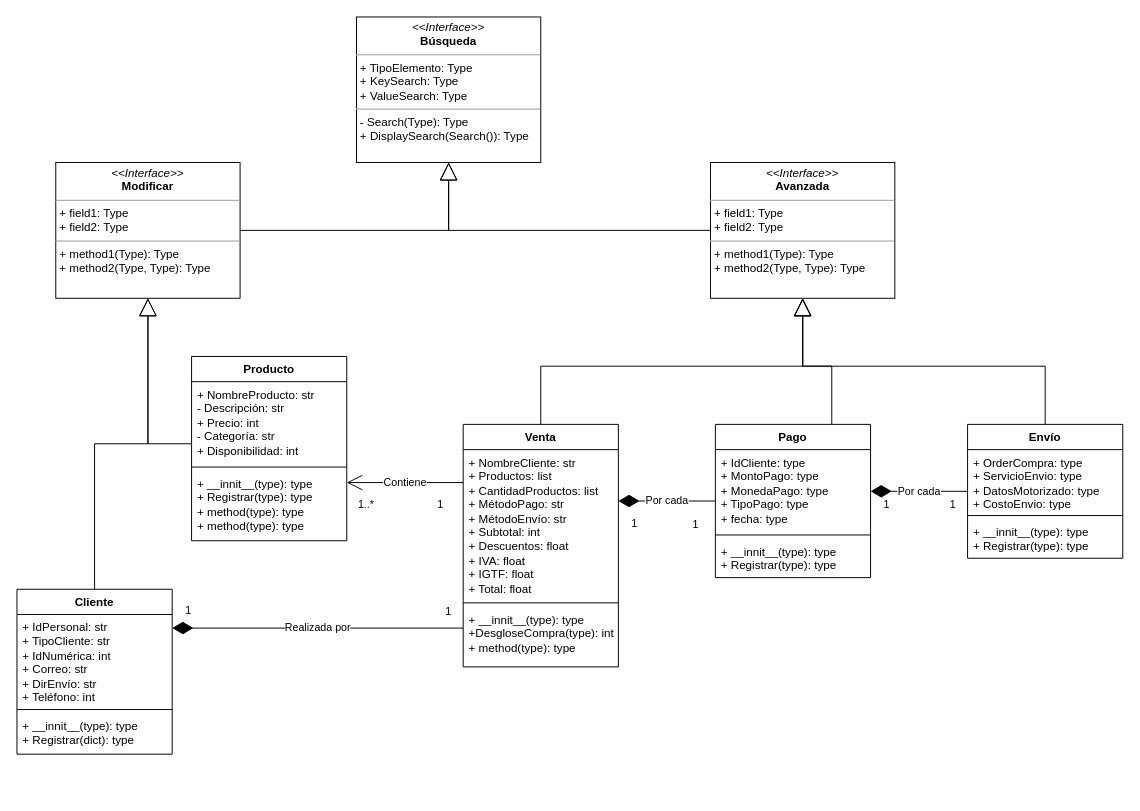
Miguiiii/Clases-AyP keeps this draw.io diagram as Proyecto/ProyectoAyP.drawio. Above is the earlier version. Source tidied: cells renumbered, new cells numbered last; positions are measured from the earlier drawing's top-left corner, leaving out a move shared by most shapes. Both pictures are drawn from the tidied source at 97%, with x=0, y=0 at pixel (16, 16).
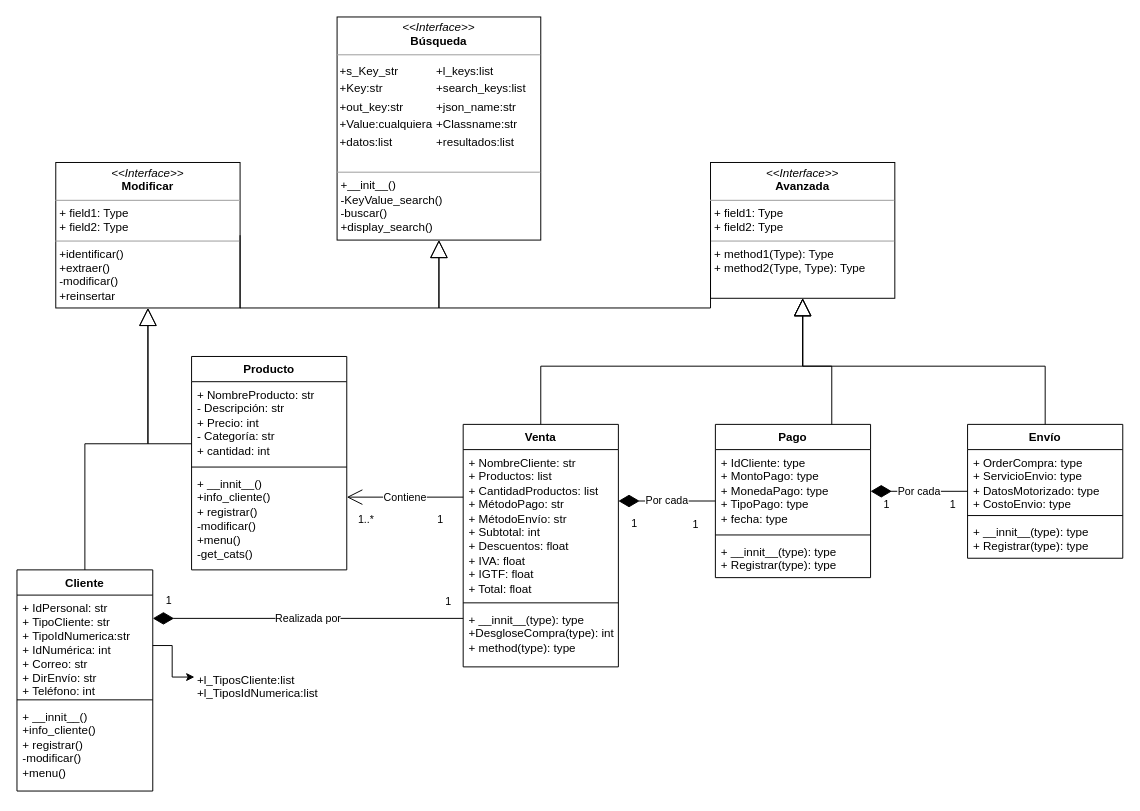
The same diagram, later.

The change refers to these unchanged cells:
```xml
<mxCell id="36" value="&lt;p style=&quot;margin:0px;margin-top:4px;text-align:center;&quot;&gt;&lt;i&gt;&amp;lt;&amp;lt;Interface&amp;gt;&amp;gt;&lt;/i&gt;&lt;br&gt;&lt;b&gt;Avanzada&lt;/b&gt;&lt;/p&gt;&lt;hr size=&quot;1&quot;&gt;&lt;p style=&quot;margin:0px;margin-left:4px;&quot;&gt;+ field1: Type&lt;br&gt;+ field2: Type&lt;/p&gt;&lt;hr size=&quot;1&quot;&gt;&lt;p style=&quot;margin:0px;margin-left:4px;&quot;&gt;+ method1(Type): Type&lt;br&gt;+ method2(Type, Type): Type&lt;/p&gt;" style="verticalAlign=top;align=left;overflow=fill;fontSize=12;fontFamily=Helvetica;html=1;whiteSpace=wrap;" parent="1" vertex="1">
  <mxGeometry x="715" y="150" width="190" height="140" as="geometry" />
</mxCell>
```

What changed in the source:
```diff
@@
     <mxCell id="2" value="Producto" style="swimlane;fontStyle=1;align=center;verticalAlign=top;horizontal=1;startSize=26;whiteSpace=wrap;html=1;rounded=0;" parent="1" vertex="1">
-      <mxGeometry x="180" y="350" width="160" height="190" as="geometry" />
+      <mxGeometry x="180" y="350" width="160" height="220" as="geometry" />
     </mxCell>
-    <mxCell id="3" value="+ NombreProducto: str&lt;br&gt;- Descripción: str&lt;br&gt;+ Precio: int&lt;br&gt;- Categoría: str&lt;br&gt;+ Disponibilidad: int" style="text;strokeColor=none;fillColor=none;align=left;verticalAlign=top;spacingLeft=4;spacingRight=4;overflow=hidden;whiteSpace=wrap;html=1;rounded=0;" parent="2" vertex="1">
+    <mxCell id="3" value="+ NombreProducto: str&lt;br&gt;- Descripción: str&lt;br&gt;+ Precio: int&lt;br&gt;- Categoría: str&lt;br&gt;+ cantidad: int" style="text;strokeColor=none;fillColor=none;align=left;verticalAlign=top;spacingLeft=4;spacingRight=4;overflow=hidden;whiteSpace=wrap;html=1;rounded=0;" parent="2" vertex="1">
       <mxGeometry y="26" width="160" height="84" as="geometry" />
     </mxCell>
@@
-    <mxCell id="5" value="+ __innit__(type): type&lt;br&gt;+ Registrar(type): type&lt;br&gt;+ method(type): type&lt;br&gt;+ method(type): type" style="text;strokeColor=none;fillColor=none;align=left;verticalAlign=top;spacingLeft=4;spacingRight=4;overflow=hidden;whiteSpace=wrap;html=1;rounded=0;" parent="2" vertex="1">
-      <mxGeometry y="118" width="160" height="72" as="geometry" />
+    <mxCell id="5" value="+ __innit__()&lt;br style=&quot;border-color: var(--border-color);&quot;&gt;+info_cliente()&lt;br style=&quot;border-color: var(--border-color);&quot;&gt;+ registrar()&lt;br style=&quot;border-color: var(--border-color);&quot;&gt;-modificar()&lt;br style=&quot;border-color: var(--border-color);&quot;&gt;+menu()&lt;br&gt;-get_cats()" style="text;strokeColor=none;fillColor=none;align=left;verticalAlign=top;spacingLeft=4;spacingRight=4;overflow=hidden;whiteSpace=wrap;html=1;rounded=0;" parent="2" vertex="1">
+      <mxGeometry y="118" width="160" height="102" as="geometry" />
     </mxCell>
     <mxCell id="6" value="Cliente" style="swimlane;fontStyle=1;align=center;verticalAlign=top;horizontal=1;startSize=26;whiteSpace=wrap;html=1;rounded=0;" parent="1" vertex="1">
-      <mxGeometry y="590" width="160" height="170" as="geometry" />
+      <mxGeometry y="570" width="140" height="228" as="geometry" />
     </mxCell>
-    <mxCell id="7" value="+ IdPersonal: str&lt;br&gt;+ TipoCliente: str&lt;br&gt;+ IdNumérica: int&lt;br&gt;+ Correo: str&lt;br&gt;+ DirEnvío: str&lt;br&gt;+ Teléfono: int" style="text;strokeColor=none;fillColor=none;align=left;verticalAlign=top;spacingLeft=4;spacingRight=4;overflow=hidden;points=[[0,0.5],[1,0.5]];portConstraint=eastwest;whiteSpace=wrap;html=1;rounded=0;" parent="6" vertex="1">
-      <mxGeometry y="26" width="160" height="94" as="geometry" />
+    <mxCell id="7" value="+ IdPersonal: str&lt;br&gt;+ TipoCliente: str&lt;br&gt;+ TipoIdNumerica:str&lt;br&gt;+ IdNumérica: int&lt;br&gt;+ Correo: str&lt;br&gt;+ DirEnvío: str&lt;br&gt;+ Teléfono: int" style="text;strokeColor=none;fillColor=none;align=left;verticalAlign=top;spacingLeft=4;spacingRight=4;overflow=hidden;points=[[0,0.5],[1,0.5]];portConstraint=eastwest;whiteSpace=wrap;html=1;rounded=0;" parent="6" vertex="1">
+      <mxGeometry y="26" width="140" height="104" as="geometry" />
     </mxCell>
     <mxCell id="8" style="line;strokeWidth=1;fillColor=none;align=left;verticalAlign=middle;spacingTop=-1;spacingLeft=3;spacingRight=3;labelPosition=right;strokeColor=inherit;rounded=0;" parent="6" vertex="1">
-      <mxGeometry y="120" width="160" height="8" as="geometry" />
+      <mxGeometry y="130" width="140" height="8" as="geometry" />
     </mxCell>
-    <mxCell id="9" value="+ __innit__(type): type&lt;br style=&quot;border-color: var(--border-color);&quot;&gt;+ Registrar(dict): type" style="text;strokeColor=none;fillColor=none;align=left;verticalAlign=top;spacingLeft=4;spacingRight=4;overflow=hidden;whiteSpace=wrap;html=1;rounded=0;" parent="6" vertex="1">
-      <mxGeometry y="128" width="160" height="42" as="geometry" />
+    <mxCell id="9" value="+ __innit__()&lt;br&gt;+info_cliente()&lt;br style=&quot;border-color: var(--border-color);&quot;&gt;+ registrar()&lt;br&gt;-modificar()&lt;br&gt;+menu()" style="text;strokeColor=none;fillColor=none;align=left;verticalAlign=top;spacingLeft=4;spacingRight=4;overflow=hidden;whiteSpace=wrap;html=1;rounded=0;" parent="6" vertex="1">
+      <mxGeometry y="138" width="140" height="90" as="geometry" />
     </mxCell>
@@
-    <mxCell id="34" value="&lt;p style=&quot;margin:0px;margin-top:4px;text-align:center;&quot;&gt;&lt;i&gt;&amp;lt;&amp;lt;Interface&amp;gt;&amp;gt;&lt;/i&gt;&lt;br&gt;&lt;b&gt;Búsqueda&lt;/b&gt;&lt;/p&gt;&lt;hr size=&quot;1&quot;&gt;&lt;p style=&quot;margin:0px;margin-left:4px;&quot;&gt;+ TipoElemento: Type&lt;br&gt;+ KeySearch: Type&lt;/p&gt;&lt;p style=&quot;margin:0px;margin-left:4px;&quot;&gt;+ ValueSearch: Type&lt;/p&gt;&lt;hr size=&quot;1&quot;&gt;&lt;p style=&quot;margin:0px;margin-left:4px;&quot;&gt;- Search(Type): Type&lt;br&gt;+ DisplaySearch(Search()): Type&lt;/p&gt;" style="verticalAlign=top;align=left;overflow=fill;fontSize=12;fontFamily=Helvetica;html=1;whiteSpace=wrap;" parent="1" vertex="1">
-      <mxGeometry x="350" width="190" height="150" as="geometry" />
+    <mxCell id="34" value="&lt;p style=&quot;margin:0px;margin-top:4px;text-align:center;&quot;&gt;&lt;i&gt;&amp;lt;&amp;lt;Interface&amp;gt;&amp;gt;&lt;/i&gt;&lt;br&gt;&lt;b&gt;Búsqueda&lt;/b&gt;&lt;/p&gt;&lt;hr size=&quot;1&quot;&gt;&lt;table style=&quot;background-color: initial;&quot;&gt;&lt;tbody&gt;&lt;tr&gt;&lt;td&gt;+s_Key_str&lt;br&gt;&lt;/td&gt;&lt;td&gt;+l_keys:list&lt;br&gt;&lt;/td&gt;&lt;/tr&gt;&lt;tr&gt;&lt;td&gt;+Key:str&lt;br&gt;&lt;/td&gt;&lt;td&gt;+search_keys:list&lt;br&gt;&lt;/td&gt;&lt;/tr&gt;&lt;tr&gt;&lt;td&gt;+out_key:str&lt;br&gt;&lt;/td&gt;&lt;td&gt;+json_name:str&lt;br&gt;&lt;/td&gt;&lt;/tr&gt;&lt;tr&gt;&lt;td&gt;+Value:cualquiera&lt;br&gt;&lt;/td&gt;&lt;td&gt;+Classname:str&lt;br&gt;&lt;/td&gt;&lt;/tr&gt;&lt;tr&gt;&lt;td&gt;+datos:list&lt;br&gt;&lt;/td&gt;&lt;td&gt;+resultados:list&lt;br&gt;&lt;/td&gt;&lt;/tr&gt;&lt;/tbody&gt;&lt;/table&gt;&lt;p style=&quot;margin:0px;margin-left:4px;&quot;&gt;&lt;br&gt;&lt;/p&gt;&lt;hr size=&quot;1&quot;&gt;&lt;p style=&quot;margin:0px;margin-left:4px;&quot;&gt;+__init__()&lt;/p&gt;&lt;p style=&quot;margin:0px;margin-left:4px;&quot;&gt;-KeyValue_search()&lt;/p&gt;&lt;p style=&quot;margin:0px;margin-left:4px;&quot;&gt;-buscar()&lt;/p&gt;&lt;p style=&quot;margin:0px;margin-left:4px;&quot;&gt;+display_search()&lt;/p&gt;" style="verticalAlign=top;align=left;overflow=fill;fontSize=12;fontFamily=Helvetica;html=1;whiteSpace=wrap;" parent="1" vertex="1">
+      <mxGeometry x="330" width="210" height="230" as="geometry" />
     </mxCell>
-    <mxCell id="35" value="&lt;p style=&quot;margin:0px;margin-top:4px;text-align:center;&quot;&gt;&lt;i&gt;&amp;lt;&amp;lt;Interface&amp;gt;&amp;gt;&lt;/i&gt;&lt;br&gt;&lt;b&gt;Modificar&lt;/b&gt;&lt;/p&gt;&lt;hr size=&quot;1&quot;&gt;&lt;p style=&quot;margin:0px;margin-left:4px;&quot;&gt;+ field1: Type&lt;br&gt;+ field2: Type&lt;/p&gt;&lt;hr size=&quot;1&quot;&gt;&lt;p style=&quot;margin:0px;margin-left:4px;&quot;&gt;+ method1(Type): Type&lt;br&gt;+ method2(Type, Type): Type&lt;/p&gt;" style="verticalAlign=top;align=left;overflow=fill;fontSize=12;fontFamily=Helvetica;html=1;whiteSpace=wrap;" parent="1" vertex="1">
-      <mxGeometry x="40" y="150" width="190" height="140" as="geometry" />
+    <mxCell id="35" value="&lt;p style=&quot;margin:0px;margin-top:4px;text-align:center;&quot;&gt;&lt;i&gt;&amp;lt;&amp;lt;Interface&amp;gt;&amp;gt;&lt;/i&gt;&lt;br&gt;&lt;b&gt;Modificar&lt;/b&gt;&lt;/p&gt;&lt;hr size=&quot;1&quot;&gt;&lt;p style=&quot;margin:0px;margin-left:4px;&quot;&gt;+ field1: Type&lt;br&gt;+ field2: Type&lt;/p&gt;&lt;hr size=&quot;1&quot;&gt;&lt;p style=&quot;margin:0px;margin-left:4px;&quot;&gt;+identificar()&lt;/p&gt;&lt;p style=&quot;margin:0px;margin-left:4px;&quot;&gt;+extraer()&lt;/p&gt;&lt;p style=&quot;margin:0px;margin-left:4px;&quot;&gt;-modificar()&lt;/p&gt;&lt;p style=&quot;margin:0px;margin-left:4px;&quot;&gt;+reinsertar&lt;/p&gt;" style="verticalAlign=top;align=left;overflow=fill;fontSize=12;fontFamily=Helvetica;html=1;whiteSpace=wrap;" parent="1" vertex="1">
+      <mxGeometry x="40" y="150" width="190" height="150" as="geometry" />
     </mxCell>
@@
     <mxCell id="37" style="endArrow=block;endSize=16;endFill=0;html=1;rounded=0;targetPerimeterSpacing=0;sourcePerimeterSpacing=0;startSize=6;entryX=0.5;entryY=1;entryDx=0;entryDy=0;exitX=0;exitY=0.5;exitDx=0;exitDy=0;edgeStyle=elbowEdgeStyle;elbow=vertical;" parent="1" edge="1" source="36" target="34">
       <mxGeometry relative="1" as="geometry">
         <Array as="points">
-          <mxPoint x="445" y="220" />
+          <mxPoint x="465" y="300" />
         </Array>
       </mxGeometry>
     </mxCell>
     <mxCell id="38" style="endArrow=block;endSize=16;endFill=0;html=1;rounded=0;targetPerimeterSpacing=0;sourcePerimeterSpacing=0;startSize=6;strokeColor=default;shadow=0;entryX=0.5;entryY=1;entryDx=0;entryDy=0;exitX=1;exitY=0.5;exitDx=0;exitDy=0;edgeStyle=elbowEdgeStyle;elbow=vertical;" parent="1" edge="1" source="35" target="34">
       <mxGeometry relative="1" as="geometry">
         <Array as="points">
-          <mxPoint x="440" y="220" />
+          <mxPoint x="350" y="300" />
         </Array>
       </mxGeometry>
     </mxCell>
@@
+    <mxCell id="44" value="+l_TiposCliente:list&lt;br&gt;+l_TiposIdNumerica:list&lt;br&gt;" style="text;strokeColor=none;fillColor=none;align=left;verticalAlign=top;spacingLeft=4;spacingRight=4;overflow=hidden;points=[[0,0.5],[1,0.5]];portConstraint=eastwest;whiteSpace=wrap;html=1;rounded=0;" parent="1" vertex="1">
+      <mxGeometry x="180" y="670" width="140" height="50" as="geometry" />
+    </mxCell>
+    <mxCell id="45" style="edgeStyle=orthogonalEdgeStyle;rounded=0;jettySize=auto;html=1;entryX=0.021;entryY=0.21;entryDx=0;entryDy=0;entryPerimeter=0;" parent="1" edge="1" source="7" target="44">
+      <mxGeometry relative="1" as="geometry" />
+    </mxCell>
```
